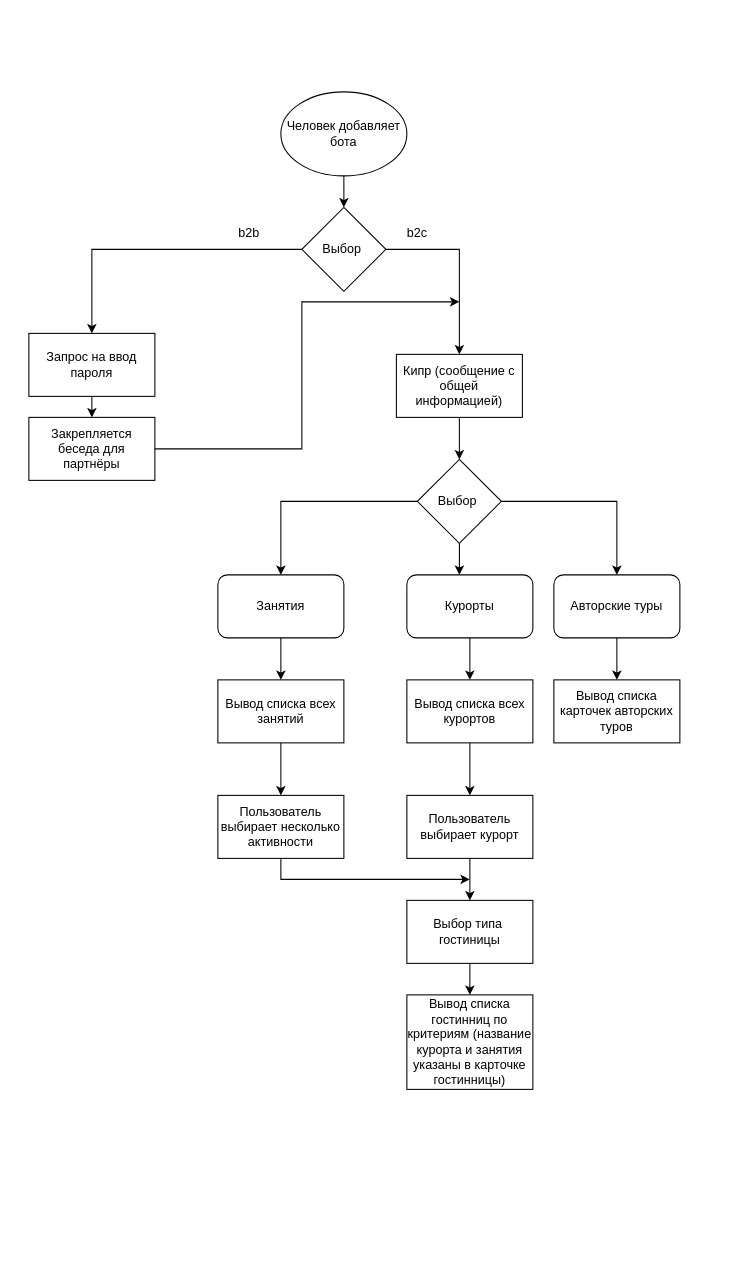
This is diagram.drawio from ProdamGaraj/BCDTravelAgency, a draw.io file, before an edit. Source tidied: cells renumbered, new cells numbered last; positions are measured from the earlier drawing's top-left corner, leaving out a move shared by most shapes. Both pictures are drawn from the tidied source at 105%, with x=0, y=0 at pixel (28, 91).
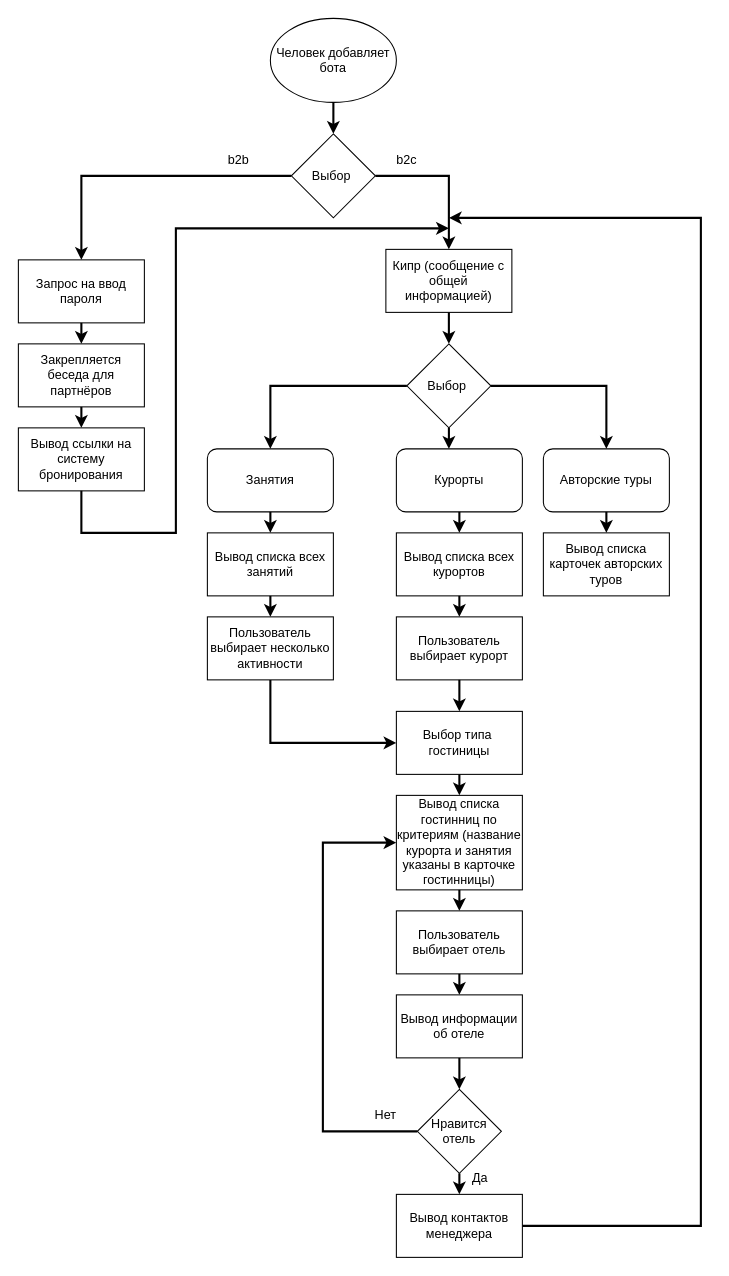
The same page after the edit.

Commit message (it also covers changes not shown here):
Added some blocks to scheme

What changed in the source:
```diff
@@
-    <mxCell id="2" style="edgeStyle=none;html=1;strokeColor=#000000;" parent="1" edge="1" source="3" target="5">
+    <mxCell id="2" style="edgeStyle=none;html=1;strokeColor=#000000;strokeWidth=2;" parent="1" edge="1" source="3" target="5">
       <mxGeometry relative="1" as="geometry" />
     </mxCell>
     <mxCell id="3" value="Человек добавляет бота" style="ellipse;whiteSpace=wrap;html=1;fillColor=none;strokeColor=#000000;fontColor=#000000;" parent="1" vertex="1">
-      <mxGeometry x="240" width="120" height="80" as="geometry" />
+      <mxGeometry x="230" y="-70" width="120" height="80" as="geometry" />
     </mxCell>
-    <mxCell id="4" style="edgeStyle=none;html=1;exitX=0;exitY=0.5;exitDx=0;exitDy=0;rounded=0;strokeColor=#000000;entryX=0.5;entryY=0;entryDx=0;entryDy=0;" parent="1" edge="1" source="5" target="15">
+    <mxCell id="4" style="edgeStyle=none;html=1;exitX=0;exitY=0.5;exitDx=0;exitDy=0;rounded=0;strokeColor=#000000;entryX=0.5;entryY=0;entryDx=0;entryDy=0;strokeWidth=2;" parent="1" edge="1" source="5" target="15">
       <mxGeometry relative="1" as="geometry">
         <Array as="points">
-          <mxPoint x="60" y="150" />
+          <mxPoint x="50" y="80" />
         </Array>
       </mxGeometry>
     </mxCell>
     <mxCell id="5" value="Выбор&amp;nbsp;" style="rhombus;whiteSpace=wrap;html=1;fillColor=none;strokeColor=#000000;fontColor=#000000;" parent="1" vertex="1">
-      <mxGeometry x="260" y="110" width="80" height="80" as="geometry" />
+      <mxGeometry x="250" y="40" width="80" height="80" as="geometry" />
     </mxCell>
@@
-    <mxCell id="9" style="edgeStyle=orthogonalEdgeStyle;html=1;entryX=0.5;entryY=0;entryDx=0;entryDy=0;exitX=1;exitY=0.5;exitDx=0;exitDy=0;rounded=0;strokeColor=#000000;" parent="1" edge="1" source="5" target="17">
+    <mxCell id="9" style="edgeStyle=orthogonalEdgeStyle;html=1;entryX=0.5;entryY=0;entryDx=0;entryDy=0;exitX=1;exitY=0.5;exitDx=0;exitDy=0;rounded=0;strokeColor=#000000;strokeWidth=2;" parent="1" edge="1" source="5" target="17">
       <mxGeometry relative="1" as="geometry">
         <Array as="points">
-          <mxPoint x="410" y="150" />
+          <mxPoint x="400" y="80" />
         </Array>
       </mxGeometry>
     </mxCell>
     <mxCell id="10" value="b2b" style="text;html=1;strokeColor=none;fillColor=none;align=center;verticalAlign=middle;whiteSpace=wrap;rounded=0;fontColor=#000000;" parent="1" vertex="1">
-      <mxGeometry x="180" y="120" width="60" height="30" as="geometry" />
+      <mxGeometry x="170" y="50" width="60" height="30" as="geometry" />
     </mxCell>
     <mxCell id="11" value="b2c" style="text;html=1;strokeColor=none;fillColor=none;align=center;verticalAlign=middle;whiteSpace=wrap;rounded=0;fontColor=#000000;" parent="1" vertex="1">
-      <mxGeometry x="340" y="120" width="60" height="30" as="geometry" />
+      <mxGeometry x="330" y="50" width="60" height="30" as="geometry" />
     </mxCell>
@@
-    <mxCell id="14" style="edgeStyle=none;rounded=0;html=1;strokeColor=#000000;fontColor=#000000;" parent="1" edge="1" source="15" target="41">
+    <mxCell id="14" style="edgeStyle=none;rounded=0;html=1;strokeColor=#000000;fontColor=#000000;strokeWidth=2;" parent="1" edge="1" source="15" target="41">
       <mxGeometry relative="1" as="geometry" />
     </mxCell>
     <mxCell id="15" value="&lt;font color=&quot;#000000&quot;&gt;Запрос на ввод пароля&lt;/font&gt;" style="rounded=0;whiteSpace=wrap;html=1;fillColor=none;strokeColor=#000000;" parent="1" vertex="1">
-      <mxGeometry y="230" width="120" height="60" as="geometry" />
+      <mxGeometry x="-10" y="160" width="120" height="60" as="geometry" />
     </mxCell>
-    <mxCell id="16" style="edgeStyle=none;html=1;fontColor=#000000;strokeColor=#000000;entryX=0.5;entryY=0;entryDx=0;entryDy=0;" parent="1" edge="1" target="27">
+    <mxCell id="16" style="edgeStyle=none;html=1;fontColor=#000000;strokeColor=#000000;entryX=0.5;entryY=0;entryDx=0;entryDy=0;strokeWidth=2;" parent="1" edge="1" target="27">
       <mxGeometry relative="1" as="geometry">
-        <mxPoint x="410" y="310" as="sourcePoint" />
+        <mxPoint x="400" y="240" as="sourcePoint" />
       </mxGeometry>
     </mxCell>
+    <mxCell id="42" style="edgeStyle=none;rounded=0;html=1;strokeColor=#000000;strokeWidth=2;fontColor=#000000;" parent="1" edge="1" source="17" target="27">
+      <mxGeometry relative="1" as="geometry" />
+    </mxCell>
     <mxCell id="17" value="&lt;font color=&quot;#000000&quot;&gt;Кипр (сообщение с общей информацией)&lt;/font&gt;" style="rounded=0;whiteSpace=wrap;html=1;strokeColor=#000000;fillColor=none;" parent="1" vertex="1">
-      <mxGeometry x="350" y="250" width="120" height="60" as="geometry" />
+      <mxGeometry x="340" y="150" width="120" height="60" as="geometry" />
     </mxCell>
-    <mxCell id="18" style="edgeStyle=none;rounded=0;html=1;entryX=0.5;entryY=0;entryDx=0;entryDy=0;strokeColor=#000000;fontColor=#000000;" parent="1" edge="1" source="19" target="33">
+    <mxCell id="18" style="edgeStyle=none;rounded=0;html=1;entryX=0.5;entryY=0;entryDx=0;entryDy=0;strokeColor=#000000;fontColor=#000000;strokeWidth=2;" parent="1" edge="1" source="19" target="33">
       <mxGeometry relative="1" as="geometry" />
     </mxCell>
     <mxCell id="19" value="Курорты" style="rounded=1;whiteSpace=wrap;html=1;strokeColor=#000000;fontColor=#000000;fillColor=none;" parent="1" vertex="1">
-      <mxGeometry x="360" y="460" width="120" height="60" as="geometry" />
+      <mxGeometry x="350" y="340" width="120" height="60" as="geometry" />
     </mxCell>
-    <mxCell id="20" style="edgeStyle=none;rounded=0;html=1;entryX=0.5;entryY=0;entryDx=0;entryDy=0;strokeColor=#000000;fontColor=#000000;" parent="1" edge="1" source="21" target="29">
+    <mxCell id="20" style="edgeStyle=none;rounded=0;html=1;entryX=0.5;entryY=0;entryDx=0;entryDy=0;strokeColor=#000000;fontColor=#000000;strokeWidth=2;" parent="1" edge="1" source="21" target="29">
       <mxGeometry relative="1" as="geometry" />
     </mxCell>
     <mxCell id="21" value="Занятия" style="rounded=1;whiteSpace=wrap;html=1;strokeColor=#000000;fontColor=#000000;fillColor=none;" parent="1" vertex="1">
-      <mxGeometry x="180" y="460" width="120" height="60" as="geometry" />
+      <mxGeometry x="170" y="340" width="120" height="60" as="geometry" />
     </mxCell>
-    <mxCell id="22" style="edgeStyle=none;rounded=0;html=1;entryX=0.5;entryY=0;entryDx=0;entryDy=0;strokeColor=#000000;fontColor=#000000;" parent="1" edge="1" source="23" target="39">
+    <mxCell id="22" style="edgeStyle=none;rounded=0;html=1;entryX=0.5;entryY=0;entryDx=0;entryDy=0;strokeColor=#000000;fontColor=#000000;strokeWidth=2;" parent="1" edge="1" source="23" target="39">
       <mxGeometry relative="1" as="geometry" />
     </mxCell>
     <mxCell id="23" value="Авторские туры" style="rounded=1;whiteSpace=wrap;html=1;strokeColor=#000000;fontColor=#000000;fillColor=none;" parent="1" vertex="1">
-      <mxGeometry x="500" y="460" width="120" height="60" as="geometry" />
+      <mxGeometry x="490" y="340" width="120" height="60" as="geometry" />
     </mxCell>
-    <mxCell id="24" style="edgeStyle=none;html=1;entryX=0.5;entryY=0;entryDx=0;entryDy=0;strokeColor=#000000;fontColor=#000000;exitX=0;exitY=0.5;exitDx=0;exitDy=0;rounded=0;" parent="1" edge="1" source="27" target="21">
+    <mxCell id="24" style="edgeStyle=none;html=1;entryX=0.5;entryY=0;entryDx=0;entryDy=0;strokeColor=#000000;fontColor=#000000;exitX=0;exitY=0.5;exitDx=0;exitDy=0;rounded=0;strokeWidth=2;" parent="1" edge="1" source="27" target="21">
       <mxGeometry relative="1" as="geometry">
         <Array as="points">
-          <mxPoint x="240" y="390" />
+          <mxPoint x="230" y="280" />
         </Array>
       </mxGeometry>
     </mxCell>
-    <mxCell id="25" style="edgeStyle=none;html=1;entryX=0.5;entryY=0;entryDx=0;entryDy=0;strokeColor=#000000;fontColor=#000000;rounded=0;" parent="1" edge="1" source="27" target="23">
+    <mxCell id="25" style="edgeStyle=none;html=1;entryX=0.5;entryY=0;entryDx=0;entryDy=0;strokeColor=#000000;fontColor=#000000;rounded=0;strokeWidth=2;" parent="1" edge="1" source="27" target="23">
       <mxGeometry relative="1" as="geometry">
         <Array as="points">
-          <mxPoint x="560" y="390" />
+          <mxPoint x="550" y="280" />
         </Array>
       </mxGeometry>
     </mxCell>
-    <mxCell id="26" style="edgeStyle=none;html=1;entryX=0.417;entryY=0;entryDx=0;entryDy=0;entryPerimeter=0;strokeColor=#000000;fontColor=#000000;" parent="1" edge="1" source="27" target="19">
+    <mxCell id="26" style="edgeStyle=none;html=1;entryX=0.417;entryY=0;entryDx=0;entryDy=0;entryPerimeter=0;strokeColor=#000000;fontColor=#000000;strokeWidth=2;" parent="1" edge="1" source="27" target="19">
       <mxGeometry relative="1" as="geometry" />
     </mxCell>
     <mxCell id="27" value="Выбор&amp;nbsp;" style="rhombus;whiteSpace=wrap;html=1;strokeColor=#000000;fontColor=#000000;fillColor=none;" parent="1" vertex="1">
-      <mxGeometry x="370" y="350" width="80" height="80" as="geometry" />
+      <mxGeometry x="360" y="240" width="80" height="80" as="geometry" />
     </mxCell>
-    <mxCell id="28" style="edgeStyle=none;rounded=0;html=1;entryX=0.5;entryY=0;entryDx=0;entryDy=0;strokeColor=#000000;fontColor=#000000;" parent="1" edge="1" source="29" target="31">
+    <mxCell id="28" style="edgeStyle=none;rounded=0;html=1;entryX=0.5;entryY=0;entryDx=0;entryDy=0;strokeColor=#000000;fontColor=#000000;strokeWidth=2;" parent="1" edge="1" source="29" target="31">
       <mxGeometry relative="1" as="geometry" />
     </mxCell>
     <mxCell id="29" value="Вывод списка всех занятий" style="rounded=0;whiteSpace=wrap;html=1;strokeColor=#000000;fontColor=#000000;fillColor=none;" parent="1" vertex="1">
-      <mxGeometry x="180" y="560" width="120" height="60" as="geometry" />
+      <mxGeometry x="170" y="420" width="120" height="60" as="geometry" />
     </mxCell>
-    <mxCell id="30" style="edgeStyle=none;rounded=0;html=1;strokeColor=#000000;fontColor=#000000;exitX=0.5;exitY=1;exitDx=0;exitDy=0;" parent="1" edge="1" source="31">
+    <mxCell id="30" style="edgeStyle=none;rounded=0;html=1;strokeColor=#000000;fontColor=#000000;exitX=0.5;exitY=1;exitDx=0;exitDy=0;strokeWidth=2;entryX=0;entryY=0.5;entryDx=0;entryDy=0;" parent="1" edge="1" source="31" target="37">
       <mxGeometry relative="1" as="geometry">
-        <mxPoint x="420" y="750" as="targetPoint" />
         <Array as="points">
-          <mxPoint x="240" y="750" />
+          <mxPoint x="230" y="620" />
         </Array>
       </mxGeometry>
     </mxCell>
     <mxCell id="31" value="Пользователь выбирает несколько активности" style="rounded=0;whiteSpace=wrap;html=1;strokeColor=#000000;fontColor=#000000;fillColor=none;" parent="1" vertex="1">
-      <mxGeometry x="180" y="670" width="120" height="60" as="geometry" />
+      <mxGeometry x="170" y="500" width="120" height="60" as="geometry" />
     </mxCell>
-    <mxCell id="32" style="edgeStyle=none;rounded=0;html=1;strokeColor=#000000;fontColor=#000000;" parent="1" edge="1" source="33" target="35">
+    <mxCell id="32" style="edgeStyle=none;rounded=0;html=1;strokeColor=#000000;fontColor=#000000;strokeWidth=2;" parent="1" edge="1" source="33" target="35">
       <mxGeometry relative="1" as="geometry" />
     </mxCell>
     <mxCell id="33" value="Вывод списка всех курортов" style="rounded=0;whiteSpace=wrap;html=1;strokeColor=#000000;fontColor=#000000;fillColor=none;" parent="1" vertex="1">
-      <mxGeometry x="360" y="560" width="120" height="60" as="geometry" />
+      <mxGeometry x="350" y="420" width="120" height="60" as="geometry" />
     </mxCell>
-    <mxCell id="34" style="edgeStyle=none;rounded=0;html=1;entryX=0.5;entryY=0;entryDx=0;entryDy=0;strokeColor=#000000;fontColor=#000000;" parent="1" edge="1" source="35" target="37">
+    <mxCell id="34" style="edgeStyle=none;rounded=0;html=1;entryX=0.5;entryY=0;entryDx=0;entryDy=0;strokeColor=#000000;fontColor=#000000;strokeWidth=2;" parent="1" edge="1" source="35" target="37">
       <mxGeometry relative="1" as="geometry" />
     </mxCell>
     <mxCell id="35" value="Пользователь выбирает курорт" style="rounded=0;whiteSpace=wrap;html=1;strokeColor=#000000;fontColor=#000000;fillColor=none;" parent="1" vertex="1">
-      <mxGeometry x="360" y="670" width="120" height="60" as="geometry" />
+      <mxGeometry x="350" y="500" width="120" height="60" as="geometry" />
     </mxCell>
-    <mxCell id="36" style="edgeStyle=none;rounded=0;html=1;strokeColor=#000000;fontColor=#000000;" parent="1" edge="1" source="37" target="38">
+    <mxCell id="36" style="edgeStyle=none;rounded=0;html=1;strokeColor=#000000;fontColor=#000000;strokeWidth=2;" parent="1" edge="1" source="37" target="38">
       <mxGeometry relative="1" as="geometry" />
     </mxCell>
     <mxCell id="37" value="Выбор типа&amp;nbsp; гостиницы" style="rounded=0;whiteSpace=wrap;html=1;strokeColor=#000000;fontColor=#000000;fillColor=none;" parent="1" vertex="1">
-      <mxGeometry x="360" y="770" width="120" height="60" as="geometry" />
+      <mxGeometry x="350" y="590" width="120" height="60" as="geometry" />
     </mxCell>
+    <mxCell id="43" style="edgeStyle=none;rounded=0;html=1;entryX=0.5;entryY=0;entryDx=0;entryDy=0;strokeColor=#000000;fontColor=#000000;strokeWidth=2;" parent="1" edge="1" source="38" target="47">
+      <mxGeometry relative="1" as="geometry" />
+    </mxCell>
     <mxCell id="38" value="Вывод списка гостинниц по критериям (название курорта и занятия указаны в карточке гостинницы)" style="rounded=0;whiteSpace=wrap;html=1;strokeColor=#000000;fontColor=#000000;fillColor=none;" parent="1" vertex="1">
-      <mxGeometry x="360" y="860" width="120" height="90" as="geometry" />
+      <mxGeometry x="350" y="670" width="120" height="90" as="geometry" />
     </mxCell>
     <mxCell id="39" value="Вывод списка карточек авторских туров" style="rounded=0;whiteSpace=wrap;html=1;strokeColor=#000000;fontColor=#000000;fillColor=none;" parent="1" vertex="1">
-      <mxGeometry x="500" y="560" width="120" height="60" as="geometry" />
+      <mxGeometry x="490" y="420" width="120" height="60" as="geometry" />
     </mxCell>
-    <mxCell id="40" style="edgeStyle=none;rounded=0;html=1;strokeColor=#000000;fontColor=#000000;exitX=1;exitY=0.5;exitDx=0;exitDy=0;" parent="1" edge="1" source="41">
+    <mxCell id="40" style="edgeStyle=none;rounded=0;html=1;strokeColor=#000000;fontColor=#000000;exitX=0.5;exitY=1;exitDx=0;exitDy=0;strokeWidth=2;" parent="1" edge="1" source="45">
       <mxGeometry relative="1" as="geometry">
-        <mxPoint x="410" y="200" as="targetPoint" />
+        <mxPoint x="400" y="130" as="targetPoint" />
         <Array as="points">
-          <mxPoint x="260" y="340" />
-          <mxPoint x="260" y="200" />
+          <mxPoint x="50" y="420" />
+          <mxPoint x="140" y="420" />
+          <mxPoint x="140" y="270" />
+          <mxPoint x="140" y="190" />
+          <mxPoint x="140" y="130" />
         </Array>
       </mxGeometry>
     </mxCell>
+    <mxCell id="44" style="edgeStyle=none;rounded=0;html=1;strokeColor=#000000;fontColor=#000000;strokeWidth=2;" parent="1" edge="1" source="41" target="45">
+      <mxGeometry relative="1" as="geometry" />
+    </mxCell>
-    <mxCell id="41" value="Закрепляется беседа для партнёры" style="rounded=0;whiteSpace=wrap;html=1;strokeColor=#000000;fontColor=#000000;fillColor=none;" parent="1" vertex="1">
-      <mxGeometry y="310" width="120" height="60" as="geometry" />
+    <mxCell id="41" value="Закрепляется беседа для партнёров" style="rounded=0;whiteSpace=wrap;html=1;strokeColor=#000000;fontColor=#000000;fillColor=none;" parent="1" vertex="1">
+      <mxGeometry x="-10" y="240" width="120" height="60" as="geometry" />
     </mxCell>
+    <mxCell id="45" value="Вывод ссылки на систему бронирования" style="rounded=0;whiteSpace=wrap;html=1;strokeColor=#000000;fontColor=#000000;fillColor=none;" parent="1" vertex="1">
+      <mxGeometry x="-10" y="320" width="120" height="60" as="geometry" />
+    </mxCell>
+    <mxCell id="46" style="edgeStyle=none;rounded=0;html=1;entryX=0.5;entryY=0;entryDx=0;entryDy=0;strokeColor=#000000;fontColor=#000000;strokeWidth=2;" parent="1" edge="1" source="47" target="49">
+      <mxGeometry relative="1" as="geometry" />
+    </mxCell>
+    <mxCell id="47" value="Пользователь выбирает отель" style="rounded=0;whiteSpace=wrap;html=1;strokeColor=#000000;fontColor=#000000;fillColor=none;" parent="1" vertex="1">
+      <mxGeometry x="350" y="780" width="120" height="60" as="geometry" />
+    </mxCell>
+    <mxCell id="48" style="edgeStyle=none;rounded=0;html=1;entryX=0.5;entryY=0;entryDx=0;entryDy=0;strokeColor=#000000;fontColor=#000000;strokeWidth=2;" parent="1" edge="1" source="49" target="52">
+      <mxGeometry relative="1" as="geometry" />
+    </mxCell>
+    <mxCell id="49" value="Вывод информации об отеле" style="rounded=0;whiteSpace=wrap;html=1;strokeColor=#000000;fontColor=#000000;fillColor=none;" parent="1" vertex="1">
+      <mxGeometry x="350" y="860" width="120" height="60" as="geometry" />
+    </mxCell>
+    <mxCell id="50" style="edgeStyle=none;rounded=0;html=1;strokeColor=#000000;fontColor=#000000;strokeWidth=2;entryX=0;entryY=0.5;entryDx=0;entryDy=0;" parent="1" edge="1" source="52" target="38">
+      <mxGeometry relative="1" as="geometry">
+        <Array as="points">
+          <mxPoint x="280" y="990" />
+          <mxPoint x="280" y="770" />
+          <mxPoint x="280" y="715" />
+        </Array>
+      </mxGeometry>
+    </mxCell>
+    <mxCell id="51" style="edgeStyle=none;rounded=0;html=1;strokeColor=#000000;fontColor=#000000;strokeWidth=2;" parent="1" edge="1" source="52" target="54">
+      <mxGeometry relative="1" as="geometry" />
+    </mxCell>
+    <mxCell id="52" value="Нравится отель" style="rhombus;whiteSpace=wrap;html=1;rounded=0;strokeColor=#000000;fontColor=#000000;fillColor=none;" parent="1" vertex="1">
+      <mxGeometry x="370" y="950" width="80" height="80" as="geometry" />
+    </mxCell>
+    <mxCell id="53" style="edgeStyle=none;rounded=0;html=1;strokeColor=#000000;fontColor=#000000;exitX=1;exitY=0.5;exitDx=0;exitDy=0;strokeWidth=2;" parent="1" edge="1" source="54">
+      <mxGeometry relative="1" as="geometry">
+        <mxPoint x="400" y="120" as="targetPoint" />
+        <Array as="points">
+          <mxPoint x="640" y="1080" />
+          <mxPoint x="640" y="950" />
+          <mxPoint x="640" y="120" />
+        </Array>
+      </mxGeometry>
+    </mxCell>
+    <mxCell id="54" value="Вывод контактов менеджера" style="whiteSpace=wrap;html=1;fillColor=none;strokeColor=#000000;fontColor=#000000;rounded=0;" parent="1" vertex="1">
+      <mxGeometry x="350" y="1050" width="120" height="60" as="geometry" />
+    </mxCell>
+    <mxCell id="55" value="Нет" style="text;html=1;strokeColor=none;fillColor=none;align=center;verticalAlign=middle;whiteSpace=wrap;rounded=0;fontColor=#000000;" parent="1" vertex="1">
+      <mxGeometry x="310" y="960" width="60" height="30" as="geometry" />
+    </mxCell>
+    <mxCell id="56" value="Да" style="text;html=1;strokeColor=none;fillColor=none;align=center;verticalAlign=middle;whiteSpace=wrap;rounded=0;fontColor=#000000;" parent="1" vertex="1">
+      <mxGeometry x="400" y="1020" width="60" height="30" as="geometry" />
+    </mxCell>
```
